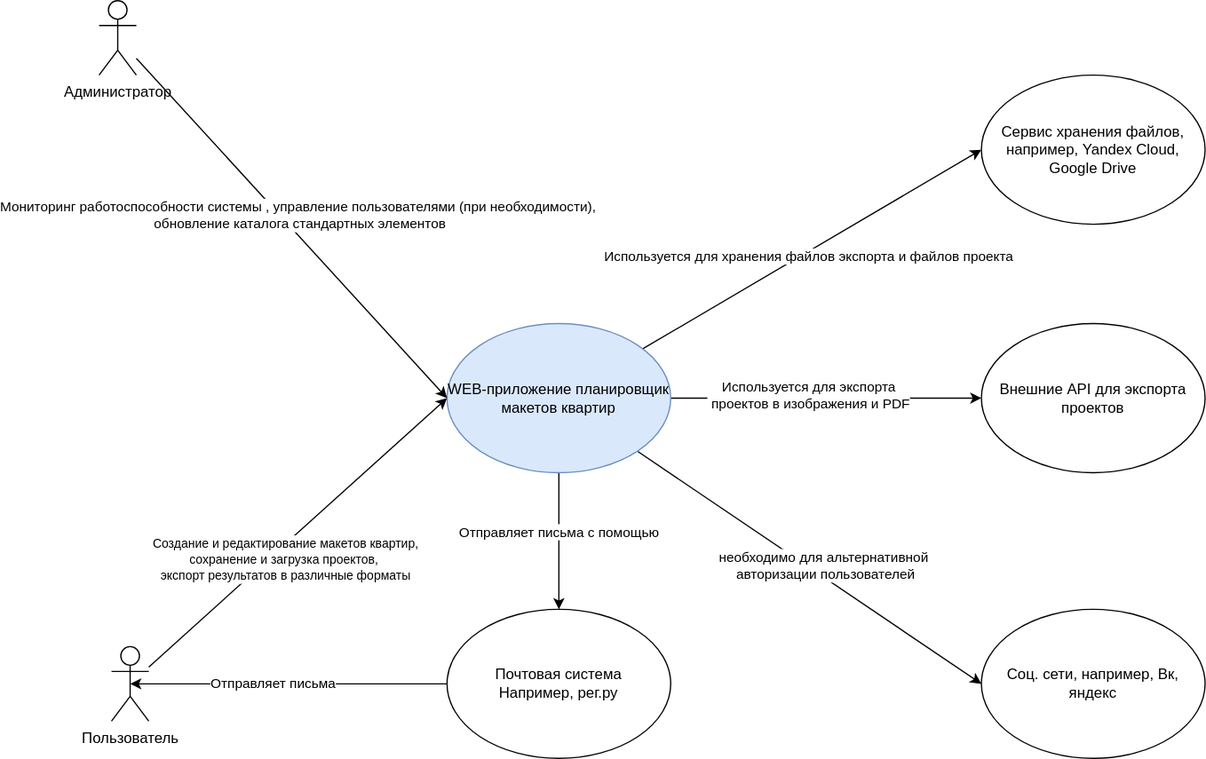
This is lab2/context diagram.svg from Gucol1/architecture-design, a draw.io export, as it was before one commit. Source tidied: cells renumbered, new cells last; positions are measured from the earlier drawing's top-left corner, leaving out a move shared by most shapes.
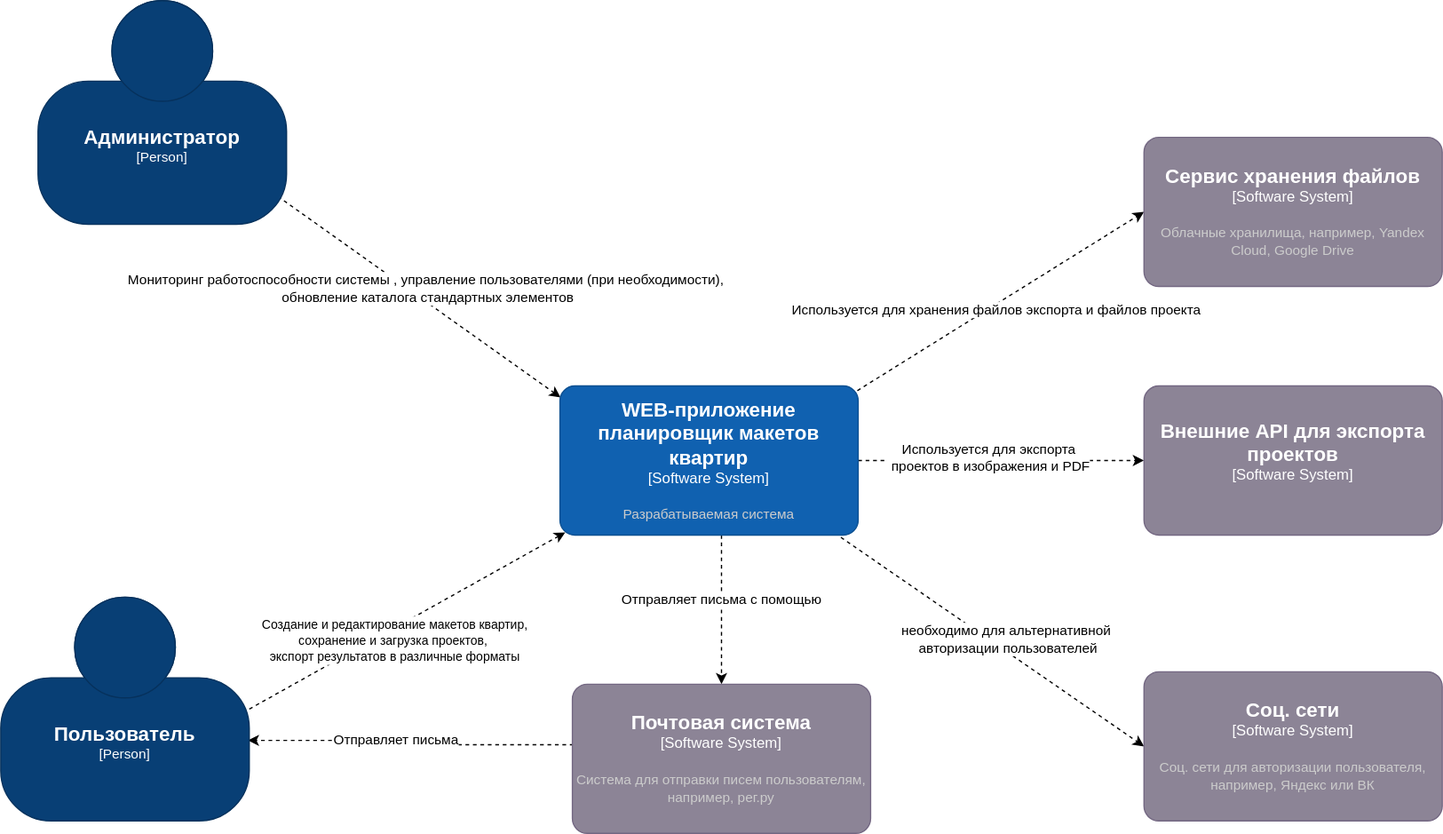
Later version of the same file.

Commit message:
fix: исправление диаграмм, приведение к шаблону C4

Diff of the diagram source:
```diff
@@ -2,40 +2,45 @@
   <root>
     <mxCell id="0" />
     <mxCell id="1" parent="0" />
-    <mxCell id="2" style="edgeStyle=orthogonalEdgeStyle;rounded=0;jettySize=auto;html=1;entryX=0.5;entryY=0;entryDx=0;entryDy=0;" parent="1" edge="1" source="10" target="14">
-      <mxGeometry relative="1" as="geometry" />
+    <mxCell id="2" style="edgeStyle=orthogonalEdgeStyle;rounded=0;jettySize=auto;html=1;entryX=0.5;entryY=0;entryDx=0;entryDy=0;dashed=1;entryPerimeter=0;" parent="1" edge="1" target="26">
+      <mxGeometry relative="1" as="geometry">
+        <mxPoint x="370" y="380" as="sourcePoint" />
+      </mxGeometry>
     </mxCell>
     <mxCell id="3" value="Отправляет письма с помощью" style="edgeLabel;html=1;align=center;verticalAlign=middle;" parent="2" vertex="1">
       <mxGeometry x="-0.15" y="-1" relative="1" as="geometry" />
     </mxCell>
-    <mxCell id="4" style="rounded=0;jettySize=auto;html=1;entryX=0;entryY=0.5;entryDx=0;entryDy=0;" parent="1" edge="1" source="10" target="20">
-      <mxGeometry relative="1" as="geometry" />
+    <mxCell id="4" style="rounded=0;jettySize=auto;html=1;entryX=0;entryY=0.5;entryDx=0;entryDy=0;exitX=0.942;exitY=1.015;exitDx=0;exitDy=0;exitPerimeter=0;dashed=1;" parent="1" edge="1" source="25">
+      <mxGeometry relative="1" as="geometry">
+        <mxPoint x="710" y="550" as="targetPoint" />
+      </mxGeometry>
     </mxCell>
     <mxCell id="5" value="необходимо для альтернативной&lt;div&gt;&amp;nbsp;авторизации пользователей&lt;/div&gt;" style="edgeLabel;html=1;align=center;verticalAlign=middle;" parent="4" vertex="1">
       <mxGeometry x="-0.01" y="1" relative="1" as="geometry">
         <mxPoint x="12" as="offset" />
       </mxGeometry>
     </mxCell>
-    <mxCell id="6" style="edgeStyle=orthogonalEdgeStyle;rounded=0;jettySize=auto;html=1;" parent="1" edge="1" source="10" target="21">
-      <mxGeometry relative="1" as="geometry" />
+    <mxCell id="6" style="edgeStyle=orthogonalEdgeStyle;rounded=0;jettySize=auto;html=1;dashed=1;" parent="1" edge="1" source="25">
+      <mxGeometry relative="1" as="geometry">
+        <mxPoint x="710" y="320" as="targetPoint" />
+      </mxGeometry>
     </mxCell>
     <mxCell id="7" value="Используется для экспорта&lt;div&gt;&amp;nbsp;проектов в изображения и PDF&lt;/div&gt;" style="edgeLabel;html=1;align=center;verticalAlign=middle;" parent="6" vertex="1">
       <mxGeometry x="-0.42" y="3" relative="1" as="geometry">
         <mxPoint x="37" as="offset" />
       </mxGeometry>
     </mxCell>
-    <mxCell id="8" style="rounded=0;jettySize=auto;html=1;entryX=0;entryY=0.5;entryDx=0;entryDy=0;" parent="1" edge="1" source="10" target="22">
-      <mxGeometry relative="1" as="geometry" />
+    <mxCell id="8" style="rounded=0;jettySize=auto;html=1;entryX=0;entryY=0.5;entryDx=0;entryDy=0;exitX=0.976;exitY=0.058;exitDx=0;exitDy=0;exitPerimeter=0;dashed=1;" parent="1" edge="1" source="25">
+      <mxGeometry relative="1" as="geometry">
+        <mxPoint x="710" y="120" as="targetPoint" />
+      </mxGeometry>
     </mxCell>
     <mxCell id="9" value="Используется для хранения файлов экспорта и файлов проекта" style="edgeLabel;html=1;align=center;verticalAlign=middle;" parent="8" vertex="1">
       <mxGeometry x="-0.1" y="3" relative="1" as="geometry">
         <mxPoint x="12" as="offset" />
       </mxGeometry>
     </mxCell>
-    <mxCell id="10" value="WEB-приложение планировщик макетов квартир" style="ellipse;whiteSpace=wrap;html=1;fillColor=#dae8fc;strokeColor=#6c8ebf;" parent="1" vertex="1">
-      <mxGeometry x="280" y="260" width="180" height="120" as="geometry" />
-    </mxCell>
-    <mxCell id="11" style="rounded=0;jettySize=auto;html=1;entryX=0;entryY=0.5;entryDx=0;entryDy=0;" parent="1" edge="1" source="13" target="10">
+    <mxCell id="11" style="rounded=0;jettySize=auto;html=1;entryX=0.018;entryY=0.982;entryDx=0;entryDy=0;exitX=1;exitY=0.5;exitDx=0;exitDy=0;exitPerimeter=0;entryPerimeter=0;dashed=1;" parent="1" edge="1" source="24" target="25">
       <mxGeometry relative="1" as="geometry" />
     </mxCell>
     <mxCell id="12" value="&lt;div&gt;&lt;font style=&quot;font-size: 10px;&quot;&gt;Создание и редактирование макетов квартир,&lt;/font&gt;&lt;/div&gt;&lt;div&gt;&lt;span style=&quot;font-size: 10px; background-color: light-dark(#ffffff, var(--ge-dark-color, #121212)); color: light-dark(rgb(0, 0, 0), rgb(255, 255, 255));&quot;&gt;сохранение и загрузка проектов,&amp;nbsp;&lt;/span&gt;&lt;/div&gt;&lt;div&gt;&lt;span style=&quot;font-size: 10px; background-color: light-dark(#ffffff, var(--ge-dark-color, #121212)); color: light-dark(rgb(0, 0, 0), rgb(255, 255, 255));&quot;&gt;э&lt;/span&gt;&lt;span style=&quot;font-size: 10px; background-color: light-dark(#ffffff, var(--ge-dark-color, #121212)); color: light-dark(rgb(0, 0, 0), rgb(255, 255, 255));&quot;&gt;кспорт результатов в различные форматы&lt;/span&gt;&lt;/div&gt;" style="edgeLabel;html=1;align=center;verticalAlign=middle;" parent="11" vertex="1">
@@ -43,19 +48,13 @@
         <mxPoint x="11" y="4" as="offset" />
       </mxGeometry>
     </mxCell>
-    <mxCell id="13" value="Пользователь" style="shape=umlActor;verticalLabelPosition=bottom;verticalAlign=top;html=1;outlineConnect=0;" parent="1" vertex="1">
-      <mxGeometry x="10" y="520" width="30" height="60" as="geometry" />
-    </mxCell>
-    <mxCell id="14" value="Почтовая система&lt;div&gt;Например, рег.ру&lt;/div&gt;" style="ellipse;whiteSpace=wrap;html=1;" parent="1" vertex="1">
-      <mxGeometry x="280" y="490" width="180" height="120" as="geometry" />
-    </mxCell>
-    <mxCell id="15" style="edgeStyle=orthogonalEdgeStyle;rounded=0;jettySize=auto;html=1;entryX=0.5;entryY=0.5;entryDx=0;entryDy=0;entryPerimeter=0;" parent="1" edge="1" source="14" target="13">
+    <mxCell id="15" style="edgeStyle=orthogonalEdgeStyle;rounded=0;jettySize=auto;html=1;entryX=0.994;entryY=0.64;entryDx=0;entryDy=0;entryPerimeter=0;dashed=1;exitX=0.004;exitY=0.406;exitDx=0;exitDy=0;exitPerimeter=0;" parent="1" edge="1" source="26" target="24">
       <mxGeometry relative="1" as="geometry" />
     </mxCell>
     <mxCell id="16" value="Отправляет письма" style="edgeLabel;html=1;align=center;verticalAlign=middle;" parent="15" vertex="1">
       <mxGeometry x="0.11" y="-1" relative="1" as="geometry" />
     </mxCell>
-    <mxCell id="17" style="rounded=0;jettySize=auto;html=1;entryX=0;entryY=0.5;entryDx=0;entryDy=0;" parent="1" edge="1" source="19" target="10">
+    <mxCell id="17" style="rounded=0;jettySize=auto;html=1;entryX=0.002;entryY=0.077;entryDx=0;entryDy=0;exitX=0.965;exitY=0.875;exitDx=0;exitDy=0;exitPerimeter=0;entryPerimeter=0;dashed=1;" parent="1" edge="1" source="23" target="25">
       <mxGeometry relative="1" as="geometry" />
     </mxCell>
     <mxCell id="18" value="&lt;div&gt;Мониторинг работоспособности системы , у&lt;span style=&quot;background-color: light-dark(#ffffff, var(--ge-dark-color, #121212)); color: light-dark(rgb(0, 0, 0), rgb(255, 255, 255));&quot;&gt;правление пользователями (при необходимости),&lt;/span&gt;&lt;/div&gt;&lt;div&gt;&lt;span style=&quot;background-color: light-dark(#ffffff, var(--ge-dark-color, #121212)); color: light-dark(rgb(0, 0, 0), rgb(255, 255, 255));&quot;&gt;&amp;nbsp;о&lt;/span&gt;&lt;span style=&quot;background-color: light-dark(#ffffff, var(--ge-dark-color, #121212)); color: light-dark(rgb(0, 0, 0), rgb(255, 255, 255));&quot;&gt;бновление каталога стандартных элементов&lt;/span&gt;&lt;/div&gt;" style="edgeLabel;html=1;align=center;verticalAlign=middle;" parent="17" vertex="1">
@@ -63,17 +62,40 @@
         <mxPoint x="13" as="offset" />
       </mxGeometry>
     </mxCell>
-    <mxCell id="19" value="Администратор" style="shape=umlActor;verticalLabelPosition=bottom;verticalAlign=top;html=1;outlineConnect=0;" parent="1" vertex="1">
-      <mxGeometry width="30" height="60" as="geometry" />
-    </mxCell>
-    <mxCell id="20" value="Соц. сети, например, Вк, яндекс" style="ellipse;whiteSpace=wrap;html=1;" parent="1" vertex="1">
-      <mxGeometry x="710" y="490" width="180" height="120" as="geometry" />
-    </mxCell>
-    <mxCell id="21" value="Внешние API для экспорта проектов" style="ellipse;whiteSpace=wrap;html=1;" parent="1" vertex="1">
-      <mxGeometry x="710" y="260" width="180" height="120" as="geometry" />
-    </mxCell>
-    <mxCell id="22" value="Сервис хранения файлов, например, Yandex Cloud, Google Drive" style="ellipse;whiteSpace=wrap;html=1;" parent="1" vertex="1">
-      <mxGeometry x="710" y="60" width="180" height="120" as="geometry" />
-    </mxCell>
+    <object id="23" label="&lt;font style=&quot;font-size: 16px&quot;&gt;&lt;b&gt;%c4Name%&lt;/b&gt;&lt;/font&gt;&lt;div&gt;[%c4Type%]&lt;/div&gt;&lt;br&gt;&lt;div&gt;&lt;font style=&quot;font-size: 11px&quot;&gt;&lt;font color=&quot;#cccccc&quot;&gt;%c4Description%&lt;/font&gt;&lt;/div&gt;" c4Description="" c4Name="Администратор" c4Type="Person" placeholders="1">
+      <mxCell style="html=1;fontSize=11;dashed=0;whiteSpace=wrap;fillColor=#083F75;strokeColor=#06315C;fontColor=#ffffff;shape=mxgraph.c4.person2;align=center;points=[[0.5,0,0],[1,0.5,0],[1,0.75,0],[0.75,1,0],[0.5,1,0],[0.25,1,0],[0,0.75,0],[0,0.5,0]];" parent="1" vertex="1">
+        <mxGeometry x="-180" y="-50" width="200" height="180" as="geometry" />
+      </mxCell>
+    </object>
+    <object id="24" label="&lt;font style=&quot;font-size: 16px&quot;&gt;&lt;b&gt;%c4Name%&lt;/b&gt;&lt;/font&gt;&lt;div&gt;[%c4Type%]&lt;/div&gt;&lt;br&gt;&lt;div&gt;&lt;font style=&quot;font-size: 11px&quot;&gt;&lt;font color=&quot;#cccccc&quot;&gt;%c4Description%&lt;/font&gt;&lt;/div&gt;" c4Description="" c4Name="Пользователь" c4Type="Person" placeholders="1">
+      <mxCell style="html=1;fontSize=11;dashed=0;whiteSpace=wrap;fillColor=#083F75;strokeColor=#06315C;fontColor=#ffffff;shape=mxgraph.c4.person2;align=center;points=[[0.5,0,0],[1,0.5,0],[1,0.75,0],[0.75,1,0],[0.5,1,0],[0.25,1,0],[0,0.75,0],[0,0.5,0]];" parent="1" vertex="1">
+        <mxGeometry x="-210" y="430" width="200" height="180" as="geometry" />
+      </mxCell>
+    </object>
+    <object id="25" label="&lt;font style=&quot;font-size: 16px&quot;&gt;&lt;b&gt;%c4Name%&lt;/b&gt;&lt;/font&gt;&lt;div&gt;[%c4Type%]&lt;/div&gt;&lt;br&gt;&lt;div&gt;&lt;font style=&quot;font-size: 11px&quot;&gt;&lt;font color=&quot;#cccccc&quot;&gt;%c4Description%&lt;/font&gt;&lt;/div&gt;" c4Description="Разрабатываемая система" c4Name="WEB-приложение планировщик макетов квартир" c4Type="Software System" placeholders="1">
+      <mxCell style="rounded=1;whiteSpace=wrap;html=1;labelBackgroundColor=none;fillColor=#1061B0;fontColor=#ffffff;align=center;arcSize=10;strokeColor=#0D5091;points=[[0.25,0,0],[0.5,0,0],[0.75,0,0],[1,0.25,0],[1,0.5,0],[1,0.75,0],[0.75,1,0],[0.5,1,0],[0.25,1,0],[0,0.75,0],[0,0.5,0],[0,0.25,0]];" parent="1" vertex="1">
+        <mxGeometry x="240" y="260" width="240" height="120" as="geometry" />
+      </mxCell>
+    </object>
+    <object id="26" label="&lt;font style=&quot;font-size: 16px&quot;&gt;&lt;b&gt;%c4Name%&lt;/b&gt;&lt;/font&gt;&lt;div&gt;[%c4Type%]&lt;/div&gt;&lt;br&gt;&lt;div&gt;&lt;font style=&quot;font-size: 11px&quot;&gt;&lt;font color=&quot;#cccccc&quot;&gt;%c4Description%&lt;/font&gt;&lt;/div&gt;" c4Description="Система для отправки писем пользователям, например, рег.ру" c4Name="Почтовая система" c4Type="Software System" placeholders="1">
+      <mxCell style="rounded=1;whiteSpace=wrap;html=1;labelBackgroundColor=none;fillColor=#8C8496;fontColor=#ffffff;align=center;arcSize=10;strokeColor=#736782;points=[[0.25,0,0],[0.5,0,0],[0.75,0,0],[1,0.25,0],[1,0.5,0],[1,0.75,0],[0.75,1,0],[0.5,1,0],[0.25,1,0],[0,0.75,0],[0,0.5,0],[0,0.25,0]];" parent="1" vertex="1">
+        <mxGeometry x="250" y="500" width="240" height="120" as="geometry" />
+      </mxCell>
+    </object>
+    <object id="27" label="&lt;font style=&quot;font-size: 16px&quot;&gt;&lt;b&gt;%c4Name%&lt;/b&gt;&lt;/font&gt;&lt;div&gt;[%c4Type%]&lt;/div&gt;&lt;br&gt;&lt;div&gt;&lt;font style=&quot;font-size: 11px&quot;&gt;&lt;font color=&quot;#cccccc&quot;&gt;%c4Description%&lt;/font&gt;&lt;/div&gt;" c4Description="Соц. сети для авторизации пользователя, например, Яндекс или ВК" c4Name="Соц. сети" c4Type="Software System" placeholders="1">
+      <mxCell style="rounded=1;whiteSpace=wrap;html=1;labelBackgroundColor=none;fillColor=#8C8496;fontColor=#ffffff;align=center;arcSize=10;strokeColor=#736782;" parent="1" vertex="1">
+        <mxGeometry x="710" y="490" width="240" height="120" as="geometry" />
+      </mxCell>
+    </object>
+    <object id="28" label="&lt;font style=&quot;font-size: 16px&quot;&gt;&lt;b&gt;%c4Name%&lt;/b&gt;&lt;/font&gt;&lt;div&gt;[%c4Type%]&lt;/div&gt;&lt;br&gt;&lt;div&gt;&lt;font style=&quot;font-size: 11px&quot;&gt;&lt;font color=&quot;#cccccc&quot;&gt;%c4Description%&lt;/font&gt;&lt;/div&gt;" c4Description="" c4Name="Внешние API для экспорта проектов" c4Type="Software System" placeholders="1">
+      <mxCell style="rounded=1;whiteSpace=wrap;html=1;labelBackgroundColor=none;fillColor=#8C8496;fontColor=#ffffff;align=center;arcSize=10;strokeColor=#736782;" parent="1" vertex="1">
+        <mxGeometry x="710" y="260" width="240" height="120" as="geometry" />
+      </mxCell>
+    </object>
+    <object id="29" label="&lt;font style=&quot;font-size: 16px&quot;&gt;&lt;b&gt;%c4Name%&lt;/b&gt;&lt;/font&gt;&lt;div&gt;[%c4Type%]&lt;/div&gt;&lt;br&gt;&lt;div&gt;&lt;font style=&quot;font-size: 11px&quot;&gt;&lt;font color=&quot;#cccccc&quot;&gt;%c4Description%&lt;/font&gt;&lt;/div&gt;" c4Description="Облачные хранилища, например, Yandex Cloud, Google Drive" c4Name="Сервис хранения файлов" c4Type="Software System" placeholders="1">
+      <mxCell style="rounded=1;whiteSpace=wrap;html=1;labelBackgroundColor=none;fillColor=#8C8496;fontColor=#ffffff;align=center;arcSize=10;strokeColor=#736782;" parent="1" vertex="1">
+        <mxGeometry x="710" y="60" width="240" height="120" as="geometry" />
+      </mxCell>
+    </object>
   </root>
 </mxGraphModel>
```
